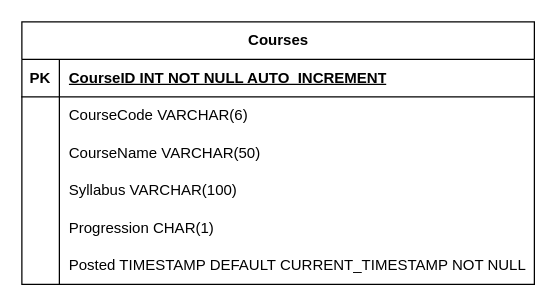
Before: moment1.drawio in rare2400/Serverbaserad-webbutveckling, a draw.io diagram. Source tidied: cells renumbered, new cells numbered last; positions are measured from the earlier drawing's top-left corner, leaving out a move shared by most shapes. Both pictures are drawn from the tidied source at 125%, with x=0, y=0 at pixel (21, 21).
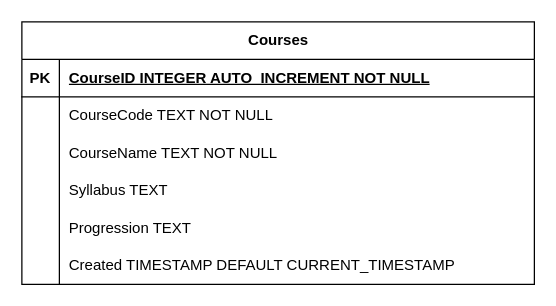
The same page after the edit.

Commit message:
rättar till ERD

Unchanged cells that the change refers to:
```xml
<mxCell id="3" style="shape=tableRow;horizontal=0;startSize=0;swimlaneHead=0;swimlaneBody=0;fillColor=none;top=0;left=0;right=0;bottom=1;" parent="2" vertex="1">
  <mxGeometry y="30" width="410" height="30" as="geometry" />
</mxCell>
<mxCell id="6" style="shape=tableRow;horizontal=0;startSize=0;swimlaneHead=0;swimlaneBody=0;fillColor=none;top=0;left=0;right=0;bottom=0;" parent="2" vertex="1">
  <mxGeometry y="60" width="410" height="30" as="geometry" />
</mxCell>
<mxCell id="9" style="shape=tableRow;horizontal=0;startSize=0;swimlaneHead=0;swimlaneBody=0;fillColor=none;top=0;left=0;right=0;bottom=0;" parent="2" vertex="1">
  <mxGeometry y="90" width="410" height="30" as="geometry" />
</mxCell>
<mxCell id="12" style="shape=tableRow;horizontal=0;startSize=0;swimlaneHead=0;swimlaneBody=0;fillColor=none;top=0;left=0;right=0;bottom=0;" parent="2" vertex="1">
  <mxGeometry y="120" width="410" height="30" as="geometry" />
</mxCell>
<mxCell id="15" style="shape=tableRow;horizontal=0;startSize=0;swimlaneHead=0;swimlaneBody=0;fillColor=none;top=0;left=0;right=0;bottom=0;" parent="2" vertex="1">
  <mxGeometry y="150" width="410" height="30" as="geometry" />
</mxCell>
<mxCell id="18" style="shape=tableRow;horizontal=0;startSize=0;swimlaneHead=0;swimlaneBody=0;fillColor=none;top=0;left=0;right=0;bottom=0;" parent="2" vertex="1">
  <mxGeometry y="180" width="410" height="30" as="geometry" />
</mxCell>
```

What changed in the source:
```diff
@@
-    <mxCell id="5" value="CourseID INT NOT NULL AUTO_INCREMENT" style="shape=partialRectangle;fillColor=none;top=0;left=0;bottom=0;right=0;align=left;spacingLeft=6;fontStyle=5;overflow=hidden;whiteSpace=wrap;html=1;" parent="3" vertex="1">
+    <mxCell id="5" value="CourseID INTEGER AUTO_INCREMENT NOT NULL" style="shape=partialRectangle;fillColor=none;top=0;left=0;bottom=0;right=0;align=left;spacingLeft=6;fontStyle=5;overflow=hidden;whiteSpace=wrap;html=1;" parent="3" vertex="1">
       <mxGeometry x="30" width="380" height="30" as="geometry" />
     </mxCell>
@@
-    <mxCell id="8" value="CourseCode VARCHAR(6)" style="shape=partialRectangle;fillColor=none;top=0;left=0;bottom=0;right=0;align=left;spacingLeft=6;overflow=hidden;whiteSpace=wrap;html=1;" parent="6" vertex="1">
+    <mxCell id="8" value="CourseCode TEXT NOT NULL" style="shape=partialRectangle;fillColor=none;top=0;left=0;bottom=0;right=0;align=left;spacingLeft=6;overflow=hidden;whiteSpace=wrap;html=1;" parent="6" vertex="1">
       <mxGeometry x="30" width="380" height="30" as="geometry" />
     </mxCell>
@@
-    <mxCell id="11" value="CourseName VARCHAR(50)" style="shape=partialRectangle;fillColor=none;top=0;left=0;bottom=0;right=0;align=left;spacingLeft=6;overflow=hidden;whiteSpace=wrap;html=1;" parent="9" vertex="1">
+    <mxCell id="11" value="CourseName TEXT NOT NULL" style="shape=partialRectangle;fillColor=none;top=0;left=0;bottom=0;right=0;align=left;spacingLeft=6;overflow=hidden;whiteSpace=wrap;html=1;" parent="9" vertex="1">
       <mxGeometry x="30" width="380" height="30" as="geometry" />
     </mxCell>
@@
-    <mxCell id="14" value="Syllabus VARCHAR(100)" style="shape=partialRectangle;fillColor=none;top=0;left=0;bottom=0;right=0;align=left;spacingLeft=6;overflow=hidden;whiteSpace=wrap;html=1;" parent="12" vertex="1">
+    <mxCell id="14" value="Syllabus TEXT" style="shape=partialRectangle;fillColor=none;top=0;left=0;bottom=0;right=0;align=left;spacingLeft=6;overflow=hidden;whiteSpace=wrap;html=1;" parent="12" vertex="1">
       <mxGeometry x="30" width="380" height="30" as="geometry" />
     </mxCell>
@@
-    <mxCell id="17" value="Progression CHAR(1)" style="shape=partialRectangle;fillColor=none;top=0;left=0;bottom=0;right=0;align=left;spacingLeft=6;overflow=hidden;whiteSpace=wrap;html=1;" parent="15" vertex="1">
+    <mxCell id="17" value="Progression TEXT" style="shape=partialRectangle;fillColor=none;top=0;left=0;bottom=0;right=0;align=left;spacingLeft=6;overflow=hidden;whiteSpace=wrap;html=1;" parent="15" vertex="1">
       <mxGeometry x="30" width="380" height="30" as="geometry" />
     </mxCell>
@@
-    <mxCell id="20" value="Posted TIMESTAMP DEFAULT CURRENT_TIMESTAMP NOT NULL" style="shape=partialRectangle;fillColor=none;top=0;left=0;bottom=0;right=0;align=left;spacingLeft=6;overflow=hidden;whiteSpace=wrap;html=1;" parent="18" vertex="1">
+    <mxCell id="20" value="Created TIMESTAMP DEFAULT CURRENT_TIMESTAMP" style="shape=partialRectangle;fillColor=none;top=0;left=0;bottom=0;right=0;align=left;spacingLeft=6;overflow=hidden;whiteSpace=wrap;html=1;" parent="18" vertex="1">
       <mxGeometry x="30" width="380" height="30" as="geometry" />
     </mxCell>
```
